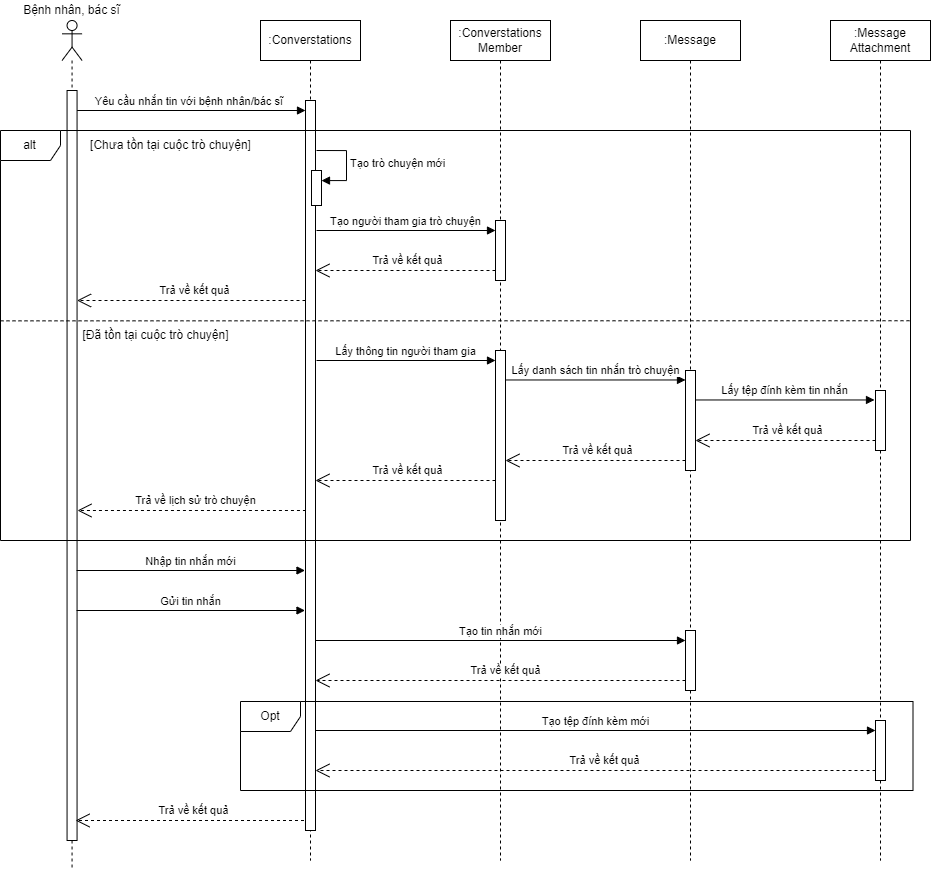
Before: latex_thesis/Images/sequence/sequence_chat.png, a diagram exported from draw.io (techcomrade/fmECG). Source tidied: cells renumbered, new cells last; positions are measured from the earlier drawing's top-left corner, leaving out a move shared by most shapes.
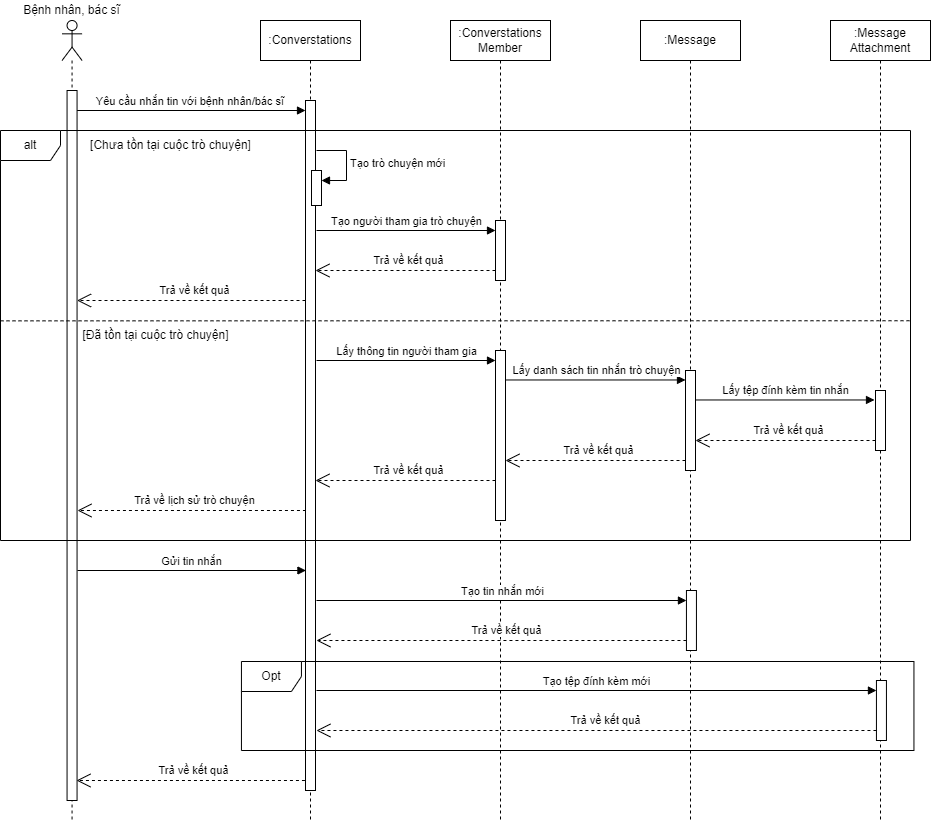
After the change.

Commit message:
fix(thesis): update sequence diagram

What changed in the source:
```diff
@@ -8,19 +8,19 @@
       </mxGeometry>
     </mxCell>
     <mxCell id="3" value="&lt;div&gt;&lt;br&gt;&lt;/div&gt;" style="shape=umlLifeline;perimeter=lifelinePerimeter;whiteSpace=wrap;html=1;newEdgeStyle={&quot;curved&quot;:0,&quot;rounded&quot;:0};participant=umlActor;" parent="1" vertex="1">
-      <mxGeometry x="61.6" y="20" width="20" height="850" as="geometry" />
+      <mxGeometry x="61.6" y="20" width="20" height="800" as="geometry" />
     </mxCell>
     <mxCell id="4" style="html=1;perimeter=orthogonalPerimeter;targetShapes=umlLifeline;newEdgeStyle={&quot;curved&quot;:0,&quot;rounded&quot;:0};" parent="3" vertex="1">
-      <mxGeometry x="5" y="70" width="10" height="750" as="geometry" />
+      <mxGeometry x="5" y="70" width="10" height="710" as="geometry" />
     </mxCell>
     <mxCell id="5" value="Bệnh nhân, bác sĩ" style="text;html=1;strokeColor=none;fillColor=none;align=center;verticalAlign=middle;whiteSpace=wrap;rounded=0;" parent="1" vertex="1">
       <mxGeometry x="20.1" width="103" height="20" as="geometry" />
     </mxCell>
     <mxCell id="6" value=":Converstations" style="shape=umlLifeline;perimeter=lifelinePerimeter;whiteSpace=wrap;html=1;newEdgeStyle={&quot;curved&quot;:0,&quot;rounded&quot;:0};" parent="1" vertex="1">
-      <mxGeometry x="260" y="20" width="100" height="840" as="geometry" />
+      <mxGeometry x="260" y="20" width="100" height="800" as="geometry" />
     </mxCell>
     <mxCell id="7" style="html=1;points=[[0,0,0,0,5],[0,1,0,0,-5],[1,0,0,0,5],[1,1,0,0,-5]];perimeter=orthogonalPerimeter;outlineConnect=0;targetShapes=umlLifeline;portConstraint=eastwest;newEdgeStyle={&quot;curved&quot;:0,&quot;rounded&quot;:0};" parent="6" vertex="1">
-      <mxGeometry x="45" y="80" width="10" height="730" as="geometry" />
+      <mxGeometry x="45" y="80" width="10" height="690" as="geometry" />
     </mxCell>
     <mxCell id="8" style="html=1;points=[[0,0,0,0,5],[0,1,0,0,-5],[1,0,0,0,5],[1,1,0,0,-5]];perimeter=orthogonalPerimeter;outlineConnect=0;targetShapes=umlLifeline;portConstraint=eastwest;newEdgeStyle={&quot;curved&quot;:0,&quot;rounded&quot;:0};" parent="6" vertex="1">
       <mxGeometry x="51" y="150" width="10" height="35" as="geometry" />
@@ -34,7 +34,7 @@
       </mxGeometry>
     </mxCell>
     <mxCell id="10" value=":Converstations Member" style="shape=umlLifeline;perimeter=lifelinePerimeter;whiteSpace=wrap;html=1;newEdgeStyle={&quot;curved&quot;:0,&quot;rounded&quot;:0};" parent="1" vertex="1">
-      <mxGeometry x="450" y="20" width="100" height="840" as="geometry" />
+      <mxGeometry x="450" y="20" width="100" height="800" as="geometry" />
     </mxCell>
     <mxCell id="11" style="html=1;points=[[0,0,0,0,5],[0,1,0,0,-5],[1,0,0,0,5],[1,1,0,0,-5]];perimeter=orthogonalPerimeter;outlineConnect=0;targetShapes=umlLifeline;portConstraint=eastwest;newEdgeStyle={&quot;curved&quot;:0,&quot;rounded&quot;:0};" parent="10" vertex="1">
       <mxGeometry x="45" y="200" width="10" height="60" as="geometry" />
@@ -44,57 +44,51 @@
         <mxPoint x="316" y="230" as="sourcePoint" />
       </mxGeometry>
     </mxCell>
-    <mxCell id="13" value="Nhập tin nhắn mới" style="html=1;verticalAlign=bottom;endArrow=block;curved=0;rounded=0;" parent="1" edge="1">
-      <mxGeometry relative="1" as="geometry">
-        <mxPoint x="76.1" y="570" as="sourcePoint" />
-        <mxPoint x="304.5" y="570" as="targetPoint" />
-      </mxGeometry>
-    </mxCell>
     <mxCell id="14" value="Gửi tin nhắn" style="html=1;verticalAlign=bottom;endArrow=block;curved=0;rounded=0;" parent="1" edge="1">
       <mxGeometry relative="1" as="geometry">
-        <mxPoint x="76.1" y="610" as="sourcePoint" />
-        <mxPoint x="304.5" y="610" as="targetPoint" />
+        <mxPoint x="77" y="570" as="sourcePoint" />
+        <mxPoint x="305.4" y="570" as="targetPoint" />
       </mxGeometry>
     </mxCell>
     <mxCell id="15" value=":Message" style="shape=umlLifeline;perimeter=lifelinePerimeter;whiteSpace=wrap;html=1;newEdgeStyle={&quot;curved&quot;:0,&quot;rounded&quot;:0};" parent="1" vertex="1">
-      <mxGeometry x="640" y="20" width="100" height="840" as="geometry" />
+      <mxGeometry x="640" y="20" width="100" height="800" as="geometry" />
     </mxCell>
     <mxCell id="16" value=":Message&lt;div&gt;Attachment&lt;/div&gt;" style="shape=umlLifeline;perimeter=lifelinePerimeter;whiteSpace=wrap;html=1;newEdgeStyle={&quot;curved&quot;:0,&quot;rounded&quot;:0};" parent="1" vertex="1">
-      <mxGeometry x="830" y="20" width="100" height="840" as="geometry" />
+      <mxGeometry x="830" y="20" width="100" height="800" as="geometry" />
     </mxCell>
     <mxCell id="17" style="html=1;perimeter=orthogonalPerimeter;targetShapes=umlLifeline;newEdgeStyle={&quot;curved&quot;:0,&quot;rounded&quot;:0};" parent="16" vertex="1">
       <mxGeometry x="45" y="370" width="10" height="60" as="geometry" />
     </mxCell>
     <mxCell id="18" value="Tạo tin nhắn mới" style="html=1;verticalAlign=bottom;endArrow=block;curved=0;rounded=0;" parent="16" edge="1">
       <mxGeometry relative="1" as="geometry">
-        <mxPoint x="-515" y="620" as="sourcePoint" />
-        <mxPoint x="-145" y="620" as="targetPoint" />
+        <mxPoint x="-514.1" y="580" as="sourcePoint" />
+        <mxPoint x="-144.1" y="580" as="targetPoint" />
       </mxGeometry>
     </mxCell>
     <mxCell id="19" value="Trả về kết quả" style="endArrow=open;endSize=12;dashed=1;html=1;rounded=0;" parent="16" edge="1">
       <mxGeometry x="-0.03" y="-10" relative="1" as="geometry">
-        <mxPoint x="-145" y="660" as="sourcePoint" />
-        <mxPoint x="-515" y="660" as="targetPoint" />
+        <mxPoint x="-144.1" y="620" as="sourcePoint" />
+        <mxPoint x="-514.1" y="620" as="targetPoint" />
       </mxGeometry>
     </mxCell>
     <mxCell id="20" style="html=1;perimeter=orthogonalPerimeter;targetShapes=umlLifeline;newEdgeStyle={&quot;curved&quot;:0,&quot;rounded&quot;:0};" parent="16" vertex="1">
-      <mxGeometry x="-145" y="610" width="10" height="60" as="geometry" />
+      <mxGeometry x="-144.1" y="570" width="10" height="60" as="geometry" />
     </mxCell>
     <mxCell id="21" style="html=1;points=[[0,0,0,0,5],[0,1,0,0,-5],[1,0,0,0,5],[1,1,0,0,-5]];perimeter=orthogonalPerimeter;outlineConnect=0;targetShapes=umlLifeline;portConstraint=eastwest;newEdgeStyle={&quot;curved&quot;:0,&quot;rounded&quot;:0};" parent="16" vertex="1">
-      <mxGeometry x="45" y="700" width="10" height="60" as="geometry" />
+      <mxGeometry x="45.9" y="660" width="10" height="60" as="geometry" />
     </mxCell>
     <mxCell id="22" value="Opt" style="shape=umlFrame;whiteSpace=wrap;html=1;" parent="16" vertex="1">
-      <mxGeometry x="-590" y="681" width="672.5" height="89" as="geometry" />
+      <mxGeometry x="-589.1" y="641" width="672.5" height="89" as="geometry" />
     </mxCell>
     <mxCell id="23" value="Tạo tệp đính kèm mới" style="html=1;verticalAlign=bottom;endArrow=block;curved=0;rounded=0;" parent="16" edge="1">
       <mxGeometry relative="1" as="geometry">
-        <mxPoint x="-515" y="710" as="sourcePoint" />
-        <mxPoint x="45" y="710" as="targetPoint" />
+        <mxPoint x="-514.1" y="670" as="sourcePoint" />
+        <mxPoint x="45.9" y="670" as="targetPoint" />
       </mxGeometry>
     </mxCell>
     <mxCell id="24" value="Trả về kết quả" style="endArrow=open;endSize=12;dashed=1;html=1;rounded=0;" parent="16" edge="1" source="21">
       <mxGeometry x="-0.03" y="-10" relative="1" as="geometry">
-        <mxPoint x="-515" y="750" as="targetPoint" />
+        <mxPoint x="-514.1" y="710" as="targetPoint" />
       </mxGeometry>
     </mxCell>
     <mxCell id="25" value="Trả về kết quả" style="endArrow=open;endSize=12;dashed=1;html=1;rounded=0;" parent="1" edge="1">
@@ -111,8 +105,8 @@
     </mxCell>
     <mxCell id="27" value="Trả về kết quả" style="endArrow=open;endSize=12;dashed=1;html=1;rounded=0;" parent="1" edge="1">
       <mxGeometry x="-0.03" y="-10" relative="1" as="geometry">
-        <mxPoint x="303.5" y="820" as="sourcePoint" />
-        <mxPoint x="75.1" y="820" as="targetPoint" />
+        <mxPoint x="304.4" y="780" as="sourcePoint" />
+        <mxPoint x="76" y="780" as="targetPoint" />
       </mxGeometry>
     </mxCell>
     <mxCell id="28" style="endArrow=none;dashed=1;html=1;rounded=0;exitX=0;exitY=0.573;exitDx=0;exitDy=0;exitPerimeter=0;entryX=1;entryY=0.464;entryDx=0;entryDy=0;entryPerimeter=0;" parent="1" edge="1" target="29">
```
